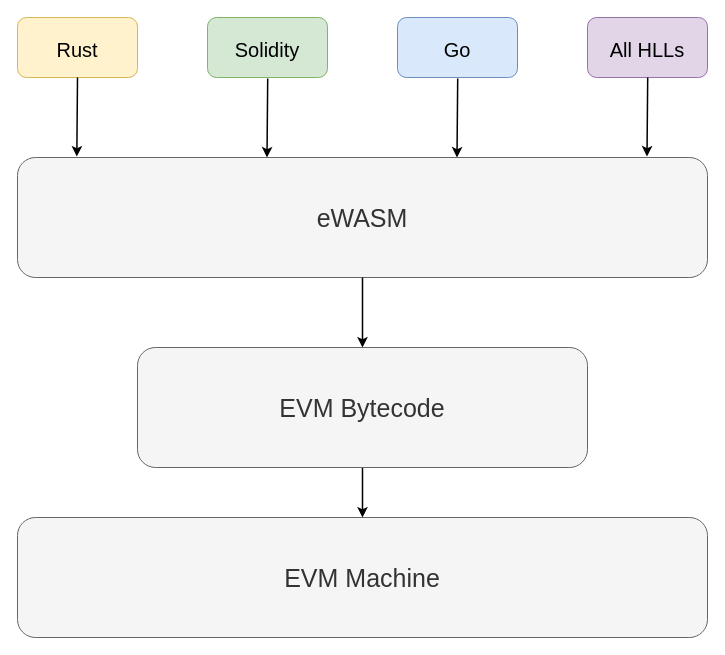
0xyicheng/a-research-diagram keeps this draw.io diagram as blockchain/eWASM.drawio. Above is the earlier version. Source tidied: cells renumbered, new cells numbered last; positions are measured from the earlier drawing's top-left corner, leaving out a move shared by most shapes. Both pictures are drawn from the tidied source at 100%, with x=0, y=0 at pixel (17, 17).
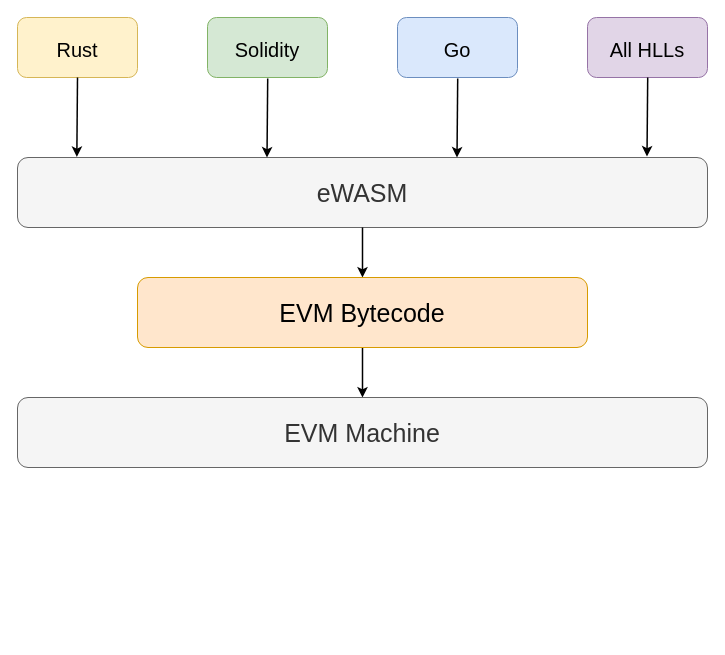
Above is the later version.

Diff of the diagram source:
```diff
@@
 <mxGraphModel>
   <root>
     <mxCell id="0" />
     <mxCell id="1" parent="0" />
     <mxCell id="2" value="&lt;font style=&quot;font-size: 25px;&quot;&gt;eWASM&lt;/font&gt;" style="rounded=1;whiteSpace=wrap;html=1;fillColor=#f5f5f5;fontColor=#333333;strokeColor=#666666;" parent="1" vertex="1">
-      <mxGeometry y="140" width="690" height="120" as="geometry" />
+      <mxGeometry y="140" width="690" height="70" as="geometry" />
     </mxCell>
     <mxCell id="3" value="&lt;font style=&quot;font-size: 20px;&quot;&gt;Solidity&lt;/font&gt;" style="rounded=1;whiteSpace=wrap;html=1;fontSize=25;fillColor=#d5e8d4;strokeColor=#82b366;" parent="1" vertex="1">
       <mxGeometry x="190" width="120" height="60" as="geometry" />
     </mxCell>
     <mxCell id="4" value="&lt;font style=&quot;font-size: 20px;&quot;&gt;Rust&lt;/font&gt;" style="rounded=1;whiteSpace=wrap;html=1;fontSize=25;fillColor=#fff2cc;strokeColor=#d6b656;" parent="1" vertex="1">
       <mxGeometry width="120" height="60" as="geometry" />
     </mxCell>
     <mxCell id="5" value="&lt;font style=&quot;font-size: 20px;&quot;&gt;Go&lt;/font&gt;" style="rounded=1;whiteSpace=wrap;html=1;fontSize=25;fillColor=#dae8fc;strokeColor=#6c8ebf;" parent="1" vertex="1">
       <mxGeometry x="380" width="120" height="60" as="geometry" />
     </mxCell>
     <mxCell id="6" value="&lt;font style=&quot;font-size: 20px;&quot;&gt;All HLLs&lt;/font&gt;" style="rounded=1;whiteSpace=wrap;html=1;fontSize=25;fillColor=#e1d5e7;strokeColor=#9673a6;" parent="1" vertex="1">
       <mxGeometry x="570" width="120" height="60" as="geometry" />
     </mxCell>
     <mxCell id="7" style="endArrow=classic;html=1;rounded=0;fontSize=20;exitX=0.5;exitY=1;exitDx=0;exitDy=0;entryX=0.086;entryY=-0.008;entryDx=0;entryDy=0;entryPerimeter=0;strokeWidth=1.5;" parent="1" edge="1" source="4" target="2">
       <mxGeometry relative="1" as="geometry" />
     </mxCell>
     <mxCell id="8" style="endArrow=classic;html=1;rounded=0;fontSize=20;exitX=0.5;exitY=1;exitDx=0;exitDy=0;entryX=0.086;entryY=-0.008;entryDx=0;entryDy=0;entryPerimeter=0;strokeWidth=1.5;" parent="1" edge="1">
       <mxGeometry relative="1" as="geometry">
         <mxPoint x="250.2" y="61" as="sourcePoint" />
         <mxPoint x="249.5" y="140" as="targetPoint" />
       </mxGeometry>
     </mxCell>
     <mxCell id="9" style="endArrow=classic;html=1;rounded=0;fontSize=20;exitX=0.5;exitY=1;exitDx=0;exitDy=0;entryX=0.086;entryY=-0.008;entryDx=0;entryDy=0;entryPerimeter=0;strokeWidth=1.5;" parent="1" edge="1">
       <mxGeometry relative="1" as="geometry">
         <mxPoint x="440.2" y="61" as="sourcePoint" />
         <mxPoint x="439.5" y="140" as="targetPoint" />
       </mxGeometry>
     </mxCell>
     <mxCell id="10" style="endArrow=classic;html=1;rounded=0;fontSize=20;exitX=0.5;exitY=1;exitDx=0;exitDy=0;entryX=0.086;entryY=-0.008;entryDx=0;entryDy=0;entryPerimeter=0;strokeWidth=1.5;" parent="1" edge="1">
       <mxGeometry relative="1" as="geometry">
         <mxPoint x="630.2" y="60" as="sourcePoint" />
         <mxPoint x="629.5" y="139" as="targetPoint" />
       </mxGeometry>
     </mxCell>
     <mxCell id="11" style="endArrow=classic;html=1;rounded=0;fontSize=20;strokeWidth=1.5;exitX=0.5;exitY=1;exitDx=0;exitDy=0;entryX=0.5;entryY=0;entryDx=0;entryDy=0;" parent="1" edge="1" source="2" target="13">
       <mxGeometry relative="1" as="geometry" />
     </mxCell>
     <mxCell id="12" style="edgeStyle=orthogonalEdgeStyle;rounded=0;jettySize=auto;html=1;fontSize=25;strokeWidth=1.5;" parent="1" edge="1" source="13" target="14">
       <mxGeometry relative="1" as="geometry" />
     </mxCell>
-    <mxCell id="13" value="&lt;font style=&quot;font-size: 25px;&quot;&gt;EVM Bytecode&lt;/font&gt;" style="rounded=1;whiteSpace=wrap;html=1;fontSize=20;fillColor=#f5f5f5;fontColor=#333333;strokeColor=#666666;" parent="1" vertex="1">
-      <mxGeometry x="120" y="330" width="450" height="120" as="geometry" />
+    <mxCell id="13" value="&lt;font style=&quot;font-size: 25px;&quot;&gt;EVM Bytecode&lt;/font&gt;" style="rounded=1;whiteSpace=wrap;html=1;fontSize=20;fillColor=#ffe6cc;strokeColor=#d79b00;" parent="1" vertex="1">
+      <mxGeometry x="120" y="260" width="450" height="70" as="geometry" />
     </mxCell>
     <mxCell id="14" value="&lt;font style=&quot;font-size: 25px;&quot;&gt;EVM Machine&lt;/font&gt;" style="rounded=1;whiteSpace=wrap;html=1;fillColor=#f5f5f5;fontColor=#333333;strokeColor=#666666;" parent="1" vertex="1">
-      <mxGeometry y="500" width="690" height="120" as="geometry" />
+      <mxGeometry y="380" width="690" height="70" as="geometry" />
     </mxCell>
   </root>
 </mxGraphModel>
```
